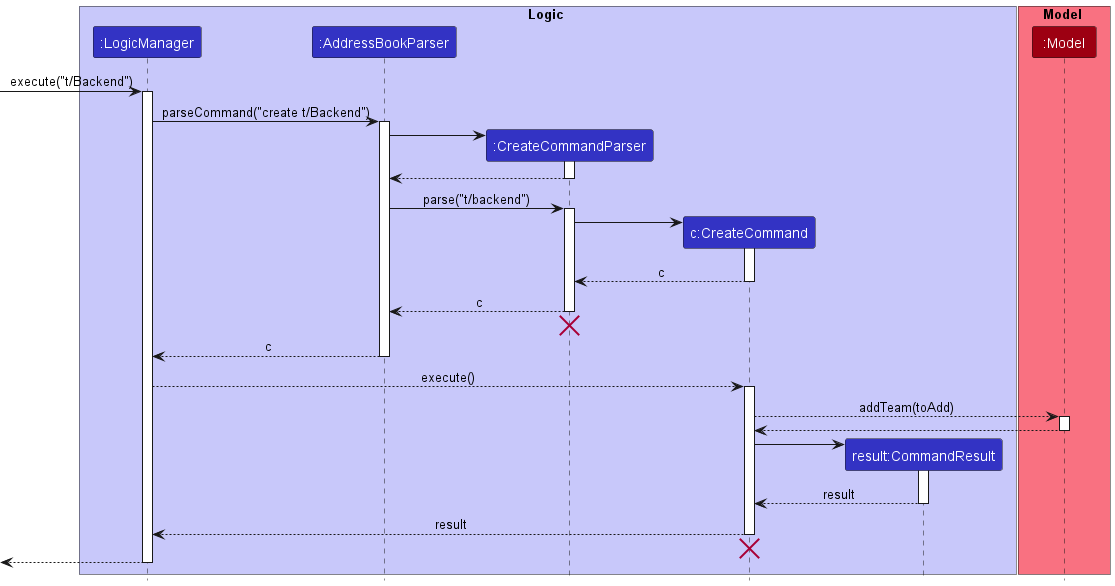
Above: docs/images/CreateTeamSequenceDiagram.png in nus-cs2103-AY2223S1/tp (PlantUML), before the change.
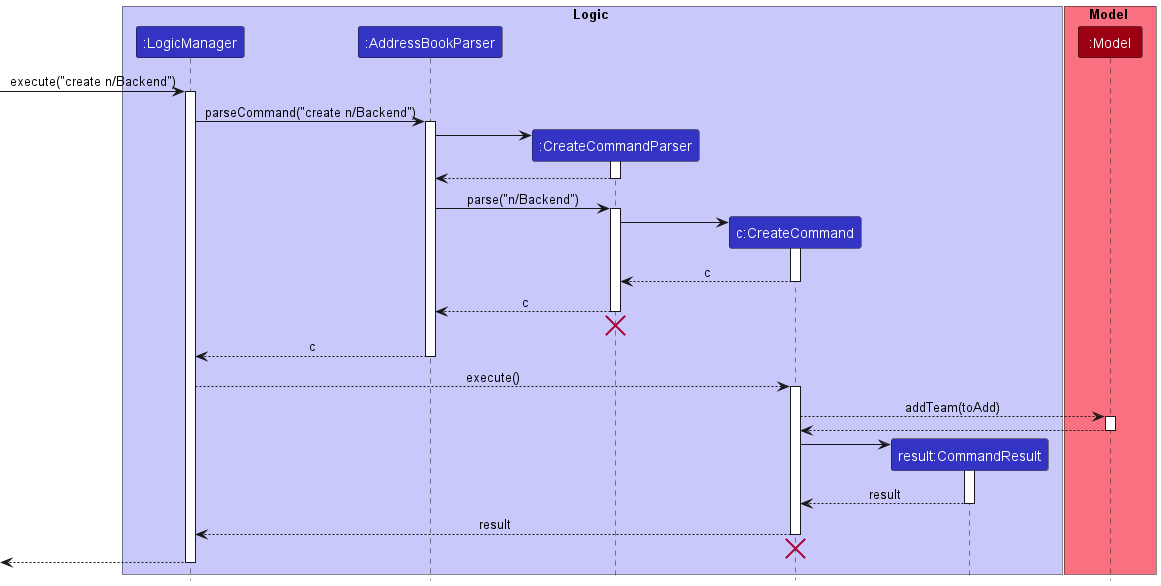
After the commit.

What changed in the source:
```diff
@@ -13,10 +13,10 @@
 participant ":Model" as Model MODEL_COLOR
 end box
 
-[-> LogicManager : execute("t/Backend")
+[-> LogicManager : execute("create n/Backend")
 activate LogicManager
 
-LogicManager -> AddressBookParser : parseCommand("create t/Backend")
+LogicManager -> AddressBookParser : parseCommand("create n/Backend")
 activate AddressBookParser
 
 create CreateCommandParser
@@ -26,7 +26,7 @@
 CreateCommandParser --> AddressBookParser
 deactivate CreateCommandParser
 
-AddressBookParser -> CreateCommandParser : parse("t/backend")
+AddressBookParser -> CreateCommandParser : parse("n/Backend")
 activate CreateCommandParser
 
 create CreateCommand
@@ -58,7 +58,6 @@
 CreateCommand -> CommandResult
 activate CommandResult
 
-
 CommandResult --> CreateCommand : result
 deactivate CommandResult
 
```
